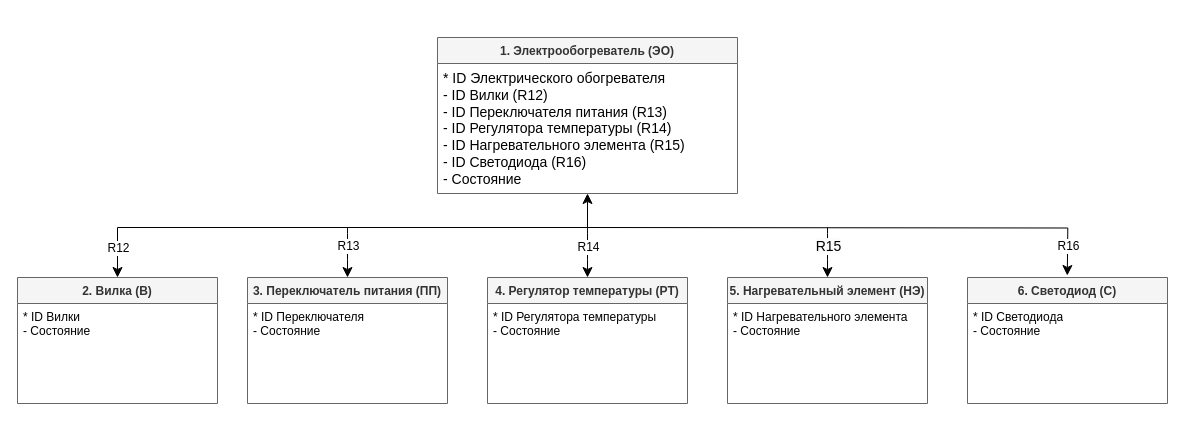
Before: page "Информационная модель" (1 of 5) of OOP/lab_05/lab_05.drawio in SerPan23/BMSTU_SEM_4, a draw.io diagram. Source tidied: cells renumbered, new cells numbered last; positions are measured from the earlier drawing's top-left corner, leaving out a move shared by most shapes. Both pictures are drawn from the tidied source at 100%, with x=0, y=0 at pixel (17, 37).
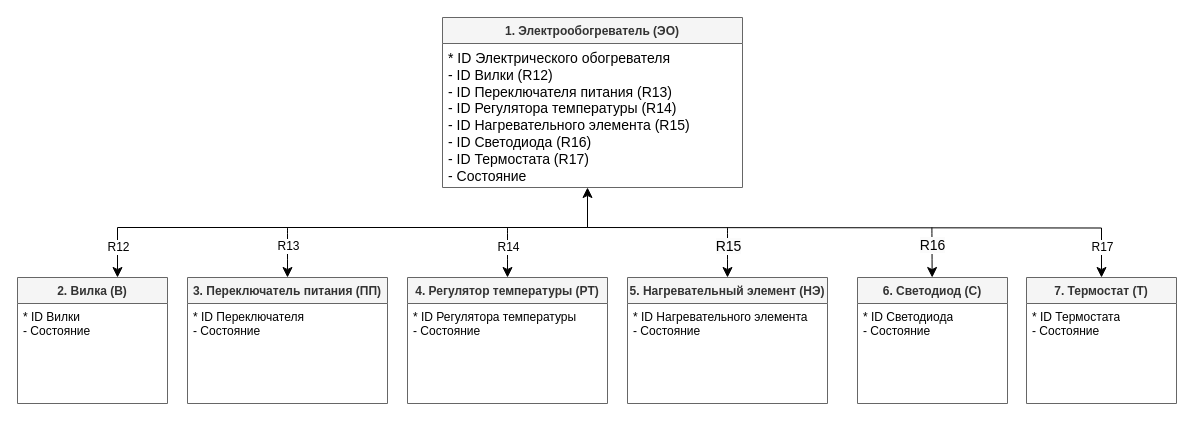
The same page after the edit.

What changed in the source:
```diff
@@
     <mxCell id="2" value="1. Электрообогреватель (ЭО)" style="swimlane;fontStyle=1;align=center;verticalAlign=top;horizontal=1;startSize=26;whiteSpace=wrap;html=1;fillColor=#f5f5f5;strokeColor=#666666;fontColor=#333333;" parent="1" vertex="1">
-      <mxGeometry x="420" width="300" height="156" as="geometry" />
+      <mxGeometry x="425" y="-20" width="300" height="170" as="geometry" />
     </mxCell>
-    <mxCell id="3" value="&lt;font style=&quot;font-size: 14px;&quot;&gt;* ID Электрического обогревателя&lt;/font&gt;&lt;div style=&quot;font-size: 14px;&quot;&gt;&lt;font style=&quot;font-size: 14px;&quot;&gt;&lt;font style=&quot;font-size: 14px;&quot;&gt;-&amp;nbsp;&lt;/font&gt;&lt;span style=&quot;background-color: initial;&quot;&gt;ID Вилки (R12)&lt;/span&gt;&lt;/font&gt;&lt;/div&gt;&lt;div style=&quot;font-size: 14px;&quot;&gt;&lt;font style=&quot;font-size: 14px;&quot;&gt;&lt;span style=&quot;background-color: initial;&quot;&gt;-&amp;nbsp;&lt;/span&gt;&lt;span style=&quot;background-color: initial;&quot;&gt;ID Переключателя питания (R13)&lt;/span&gt;&lt;/font&gt;&lt;/div&gt;&lt;div style=&quot;font-size: 14px;&quot;&gt;&lt;font style=&quot;font-size: 14px;&quot;&gt;&lt;span style=&quot;background-color: initial;&quot;&gt;-&amp;nbsp;&lt;/span&gt;&lt;span style=&quot;background-color: initial;&quot;&gt;ID Регулятора температуры (R14)&lt;/span&gt;&lt;/font&gt;&lt;/div&gt;&lt;div style=&quot;font-size: 14px;&quot;&gt;&lt;font style=&quot;font-size: 14px;&quot;&gt;&lt;font style=&quot;font-size: 14px;&quot;&gt;&lt;span style=&quot;background-color: initial;&quot;&gt;-&amp;nbsp;&lt;/span&gt;&lt;/font&gt;&lt;span style=&quot;background-color: initial;&quot;&gt;ID Нагревательного элемента (R15)&lt;/span&gt;&lt;/font&gt;&lt;/div&gt;&lt;div style=&quot;font-size: 14px;&quot;&gt;&lt;font style=&quot;font-size: 14px;&quot;&gt;&lt;span style=&quot;background-color: initial;&quot;&gt;-&amp;nbsp;&lt;/span&gt;&lt;/font&gt;&lt;span style=&quot;background-color: initial;&quot;&gt;ID Светодиода (R16)&lt;/span&gt;&lt;/div&gt;&lt;div style=&quot;font-size: 14px;&quot;&gt;&lt;span style=&quot;background-color: initial;&quot;&gt;- Состояние&lt;/span&gt;&lt;/div&gt;" style="text;align=left;verticalAlign=top;spacingLeft=4;spacingRight=4;overflow=hidden;points=[[0,0.5],[1,0.5]];portConstraint=eastwest;whiteSpace=wrap;html=1;fillColor=none;fontColor=#000000;" parent="2" vertex="1">
-      <mxGeometry y="26" width="300" height="130" as="geometry" />
+    <mxCell id="3" value="&lt;font style=&quot;font-size: 14px;&quot;&gt;* ID Электрического обогревателя&lt;/font&gt;&lt;div style=&quot;font-size: 14px;&quot;&gt;&lt;font style=&quot;font-size: 14px;&quot;&gt;&lt;font style=&quot;font-size: 14px;&quot;&gt;-&amp;nbsp;&lt;/font&gt;&lt;span style=&quot;background-color: initial;&quot;&gt;ID Вилки (R12)&lt;/span&gt;&lt;/font&gt;&lt;/div&gt;&lt;div style=&quot;font-size: 14px;&quot;&gt;&lt;font style=&quot;font-size: 14px;&quot;&gt;&lt;span style=&quot;background-color: initial;&quot;&gt;-&amp;nbsp;&lt;/span&gt;&lt;span style=&quot;background-color: initial;&quot;&gt;ID Переключателя питания (R13)&lt;/span&gt;&lt;/font&gt;&lt;/div&gt;&lt;div style=&quot;font-size: 14px;&quot;&gt;&lt;font style=&quot;font-size: 14px;&quot;&gt;&lt;span style=&quot;background-color: initial;&quot;&gt;-&amp;nbsp;&lt;/span&gt;&lt;span style=&quot;background-color: initial;&quot;&gt;ID Регулятора температуры (R14)&lt;/span&gt;&lt;/font&gt;&lt;/div&gt;&lt;div style=&quot;font-size: 14px;&quot;&gt;&lt;font style=&quot;font-size: 14px;&quot;&gt;&lt;font style=&quot;font-size: 14px;&quot;&gt;&lt;span style=&quot;background-color: initial;&quot;&gt;-&amp;nbsp;&lt;/span&gt;&lt;/font&gt;&lt;span style=&quot;background-color: initial;&quot;&gt;ID Нагревательного элемента (R15)&lt;/span&gt;&lt;/font&gt;&lt;/div&gt;&lt;div style=&quot;font-size: 14px;&quot;&gt;&lt;font style=&quot;font-size: 14px;&quot;&gt;&lt;span style=&quot;background-color: initial;&quot;&gt;-&amp;nbsp;&lt;/span&gt;&lt;/font&gt;&lt;span style=&quot;background-color: initial;&quot;&gt;ID Светодиода (R16)&lt;/span&gt;&lt;/div&gt;&lt;div style=&quot;font-size: 14px;&quot;&gt;&lt;span style=&quot;background-color: initial;&quot;&gt;- ID Термостата (R17)&lt;/span&gt;&lt;/div&gt;&lt;div style=&quot;font-size: 14px;&quot;&gt;&lt;span style=&quot;background-color: initial;&quot;&gt;- Состояние&lt;/span&gt;&lt;/div&gt;" style="text;align=left;verticalAlign=top;spacingLeft=4;spacingRight=4;overflow=hidden;points=[[0,0.5],[1,0.5]];portConstraint=eastwest;whiteSpace=wrap;html=1;fillColor=none;fontColor=#000000;" parent="2" vertex="1">
+      <mxGeometry y="26" width="300" height="144" as="geometry" />
     </mxCell>
     <mxCell id="4" value="2. Вилка (В)" style="swimlane;fontStyle=1;align=center;verticalAlign=top;horizontal=1;startSize=26;whiteSpace=wrap;html=1;fillColor=#f5f5f5;strokeColor=#666666;fontColor=#333333;" parent="1" vertex="1">
-      <mxGeometry y="240" width="200" height="126" as="geometry" />
+      <mxGeometry y="240" width="150" height="126" as="geometry" />
     </mxCell>
     <mxCell id="5" value="* ID Вилки&lt;div&gt;- Состояние&lt;/div&gt;" style="text;align=left;verticalAlign=top;spacingLeft=4;spacingRight=4;overflow=hidden;whiteSpace=wrap;html=1;fillColor=none;fontColor=#000000;" parent="4" vertex="1">
-      <mxGeometry y="26" width="200" height="100" as="geometry" />
+      <mxGeometry y="26" width="150" height="100" as="geometry" />
     </mxCell>
     <mxCell id="6" value="3. Переключатель питания (ПП)" style="swimlane;fontStyle=1;align=center;verticalAlign=top;horizontal=1;startSize=26;whiteSpace=wrap;html=1;fillColor=#f5f5f5;strokeColor=#666666;fontColor=#333333;" parent="1" vertex="1">
-      <mxGeometry x="230" y="240" width="200" height="126" as="geometry" />
+      <mxGeometry x="170" y="240" width="200" height="126" as="geometry" />
     </mxCell>
@@
     <mxCell id="8" value="4. Регулятор температуры (РТ)" style="swimlane;fontStyle=1;align=center;verticalAlign=top;horizontal=1;startSize=26;whiteSpace=wrap;html=1;fillColor=#f5f5f5;strokeColor=#666666;fontColor=#333333;" parent="1" vertex="1">
-      <mxGeometry x="470" y="240" width="200" height="126" as="geometry" />
+      <mxGeometry x="390" y="240" width="200" height="126" as="geometry" />
     </mxCell>
@@
     <mxCell id="10" value="5. Нагревательный элемент (НЭ)" style="swimlane;fontStyle=1;align=center;verticalAlign=top;horizontal=1;startSize=26;whiteSpace=wrap;html=1;fillColor=#f5f5f5;strokeColor=#666666;fontColor=#333333;" parent="1" vertex="1">
-      <mxGeometry x="710" y="240" width="200" height="126" as="geometry" />
+      <mxGeometry x="610" y="240" width="200" height="126" as="geometry" />
     </mxCell>
@@
     <mxCell id="12" value="6. Светодиод (С)" style="swimlane;fontStyle=1;align=center;verticalAlign=top;horizontal=1;startSize=26;whiteSpace=wrap;html=1;fillColor=#f5f5f5;strokeColor=#666666;fontColor=#333333;" parent="1" vertex="1">
-      <mxGeometry x="950" y="240" width="200" height="126" as="geometry" />
+      <mxGeometry x="840" y="240" width="150" height="126" as="geometry" />
     </mxCell>
     <mxCell id="13" value="* ID Светодиода&lt;div&gt;- Состояние&lt;br&gt;&lt;/div&gt;" style="text;align=left;verticalAlign=top;spacingLeft=4;spacingRight=4;overflow=hidden;whiteSpace=wrap;html=1;fillColor=none;fontColor=#000000;" parent="12" vertex="1">
-      <mxGeometry y="26" width="200" height="100" as="geometry" />
+      <mxGeometry y="26" width="150" height="100" as="geometry" />
     </mxCell>
@@
     <mxCell id="16" style="endArrow=classic;html=1;rounded=0;fontSize=12;startSize=8;endSize=8;curved=1;" parent="1" edge="1" target="6">
       <mxGeometry relative="1" as="geometry">
-        <mxPoint x="330" y="190" as="sourcePoint" />
+        <mxPoint x="270" y="190" as="sourcePoint" />
       </mxGeometry>
     </mxCell>
@@
-    <mxCell id="18" style="endArrow=classic;html=1;rounded=0;fontSize=12;startSize=8;endSize=8;entryX=0.5;entryY=0;entryDx=0;entryDy=0;edgeStyle=orthogonalEdgeStyle;" parent="1" edge="1">
+    <mxCell id="18" style="endArrow=classic;html=1;rounded=0;fontSize=12;startSize=8;endSize=8;entryX=0.5;entryY=0;entryDx=0;entryDy=0;edgeStyle=orthogonalEdgeStyle;" parent="1" edge="1" target="24">
       <mxGeometry relative="1" as="geometry">
         <mxPoint x="569.8" y="190" as="sourcePoint" />
-        <mxPoint x="1049.8" y="238" as="targetPoint" />
       </mxGeometry>
     </mxCell>
-    <mxCell id="19" value="R16" style="edgeLabel;html=1;align=center;verticalAlign=middle;fontSize=12;" parent="18" vertex="1">
+    <mxCell id="19" value="R17" style="edgeLabel;html=1;align=center;verticalAlign=middle;fontSize=12;" parent="18" vertex="1">
       <mxGeometry x="0.89" relative="1" as="geometry" />
     </mxCell>
     <mxCell id="20" style="endArrow=classic;html=1;rounded=0;fontSize=12;startSize=8;endSize=8;curved=1;entryX=0.5;entryY=0;entryDx=0;entryDy=0;" parent="1" edge="1" target="8">
       <mxGeometry relative="1" as="geometry">
-        <mxPoint x="570" y="190" as="sourcePoint" />
+        <mxPoint x="490" y="190" as="sourcePoint" />
       </mxGeometry>
     </mxCell>
@@
     <mxCell id="22" style="endArrow=classic;html=1;rounded=0;fontSize=12;startSize=8;endSize=8;curved=1;entryX=0.5;entryY=0;entryDx=0;entryDy=0;" parent="1" edge="1" target="10">
       <mxGeometry relative="1" as="geometry">
-        <mxPoint x="810" y="190" as="sourcePoint" />
+        <mxPoint x="710" y="190" as="sourcePoint" />
       </mxGeometry>
     </mxCell>
@@
+    <mxCell id="24" value="7. Термостат (Т)" style="swimlane;fontStyle=1;align=center;verticalAlign=top;horizontal=1;startSize=26;whiteSpace=wrap;html=1;fillColor=#f5f5f5;strokeColor=#666666;fontColor=#333333;" parent="1" vertex="1">
+      <mxGeometry x="1009" y="240" width="150" height="126" as="geometry" />
+    </mxCell>
+    <mxCell id="25" value="* ID Термостата&lt;div&gt;- Состояние&lt;br&gt;&lt;/div&gt;" style="text;align=left;verticalAlign=top;spacingLeft=4;spacingRight=4;overflow=hidden;whiteSpace=wrap;html=1;fillColor=none;fontColor=#000000;" parent="24" vertex="1">
+      <mxGeometry y="26" width="150" height="100" as="geometry" />
+    </mxCell>
+    <mxCell id="26" style="endArrow=classic;html=1;rounded=0;fontSize=12;startSize=8;endSize=8;curved=1;" parent="1" edge="1" target="12">
+      <mxGeometry relative="1" as="geometry">
+        <mxPoint x="914.4" y="190" as="sourcePoint" />
+      </mxGeometry>
+    </mxCell>
+    <mxCell id="27" value="&lt;div style=&quot;text-align: left;&quot;&gt;&lt;span style=&quot;font-size: 14px; text-wrap: wrap; background-color: rgb(251, 251, 251);&quot;&gt;R16&lt;/span&gt;&lt;/div&gt;" style="edgeLabel;html=1;align=center;verticalAlign=middle;fontSize=12;" parent="26" vertex="1">
+      <mxGeometry x="-0.29" relative="1" as="geometry" />
+    </mxCell>
```
